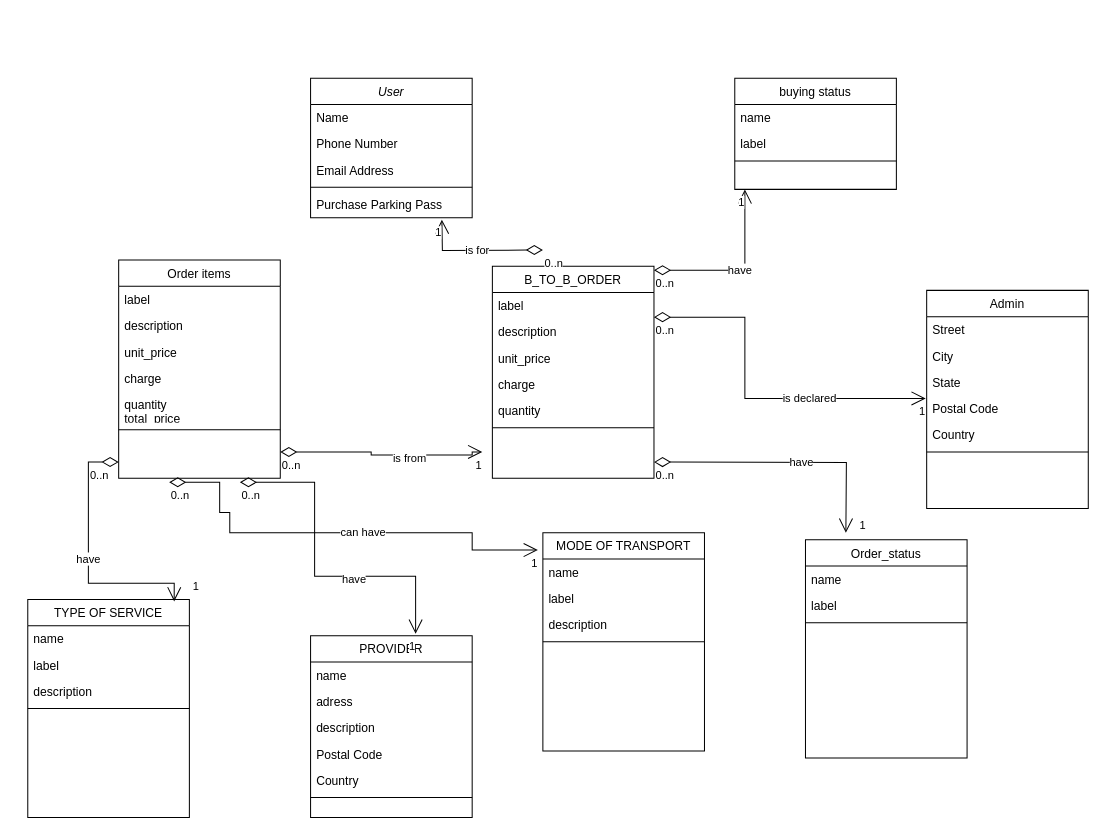
The draw.io diagram B_to_B_class_diagram.drawio in dame620/B_to_B_order_class_diagram, before the edit. Source tidied: cells renumbered, new cells numbered last; positions are measured from the earlier drawing's top-left corner, leaving out a move shared by most shapes. Both pictures are drawn from the tidied source at 101%, with x=0, y=0 at pixel (27, 78).
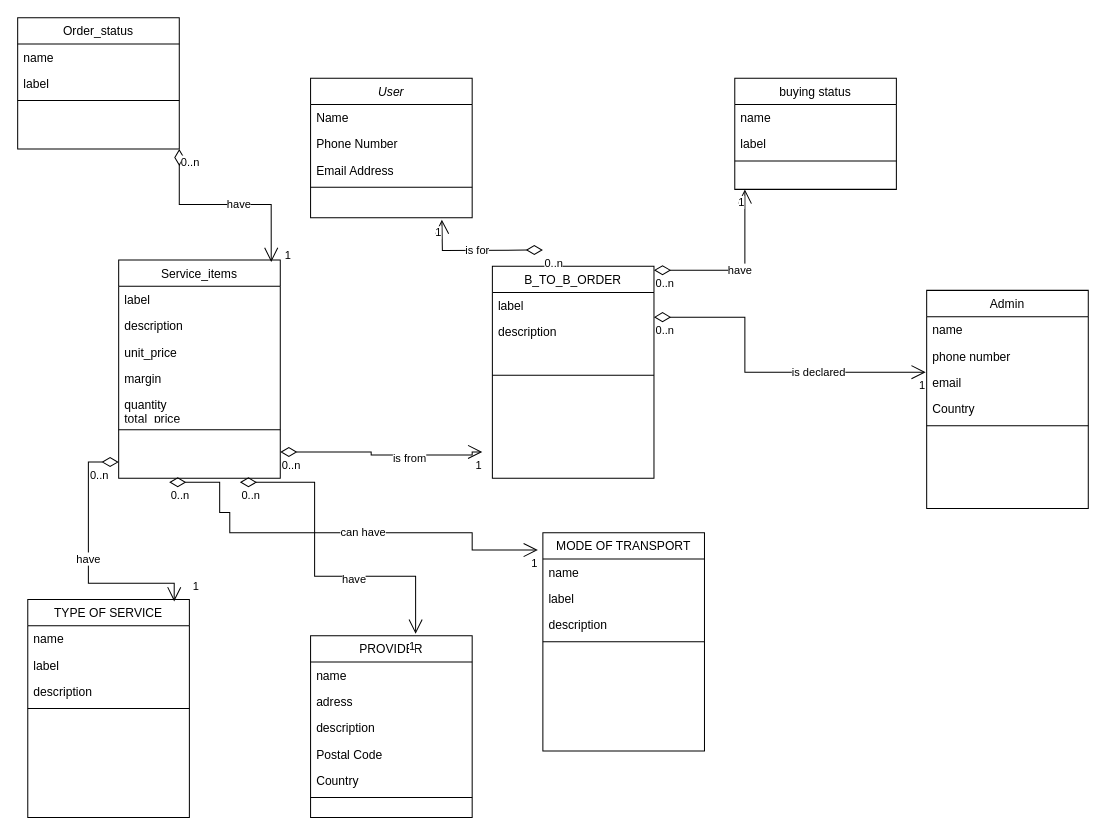
The same diagram, later.

Commit message:
Mettre à jour B_to_B_class_diagram.drawio

Unchanged cells that the change refers to:
```xml
<mxCell id="2" value="User" style="swimlane;fontStyle=2;align=center;verticalAlign=top;horizontal=1;startSize=26;rounded=0;shadow=0;strokeWidth=1;" parent="1" vertex="1">
  <mxGeometry x="280" width="160" height="138" as="geometry" />
</mxCell>
<mxCell id="8" value="Admin" style="swimlane;fontStyle=0;align=center;verticalAlign=top;horizontal=1;startSize=26;rounded=0;shadow=0;strokeWidth=1;" parent="1" vertex="1">
  <mxGeometry x="890" y="210" width="160" height="216" as="geometry" />
</mxCell>
<mxCell id="32" value="B_TO_B_ORDER" style="swimlane;fontStyle=0;align=center;verticalAlign=top;horizontal=1;startSize=26;rounded=0;shadow=0;strokeWidth=1;" parent="1" vertex="1">
  <mxGeometry x="460" y="186" width="160" height="210" as="geometry" />
</mxCell>
```

Diff of the diagram source:
```diff
@@
-    <mxCell id="7" value="Purchase Parking Pass" style="text;align=left;verticalAlign=top;spacingLeft=4;spacingRight=4;overflow=hidden;" parent="2" vertex="1">
-      <mxGeometry y="112" width="160" height="26" as="geometry" />
-    </mxCell>
@@
-    <mxCell id="9" value="Street" style="text;align=left;verticalAlign=top;spacingLeft=4;spacingRight=4;overflow=hidden;" parent="8" vertex="1">
+    <mxCell id="9" value="name" style="text;align=left;verticalAlign=top;spacingLeft=4;spacingRight=4;overflow=hidden;" parent="8" vertex="1">
       <mxGeometry y="26" width="160" height="26" as="geometry" />
     </mxCell>
-    <mxCell id="10" value="City" style="text;align=left;verticalAlign=top;spacingLeft=4;spacingRight=4;overflow=hidden;rounded=0;shadow=0;html=0;" parent="8" vertex="1">
-      <mxGeometry y="52" width="160" height="26" as="geometry" />
-    </mxCell>
-    <mxCell id="11" value="State" style="text;align=left;verticalAlign=top;spacingLeft=4;spacingRight=4;overflow=hidden;rounded=0;shadow=0;html=0;" parent="8" vertex="1">
-      <mxGeometry y="78" width="160" height="26" as="geometry" />
+    <mxCell id="11" value="phone number" style="text;align=left;verticalAlign=top;spacingLeft=4;spacingRight=4;overflow=hidden;rounded=0;shadow=0;html=0;" parent="8" vertex="1">
+      <mxGeometry y="52" width="160" height="26" as="geometry" />
     </mxCell>
-    <mxCell id="12" value="Postal Code" style="text;align=left;verticalAlign=top;spacingLeft=4;spacingRight=4;overflow=hidden;points=[[0,0.5],[1,0.5]];portConstraint=eastwest;rounded=0;shadow=0;html=0;" parent="8" vertex="1">
-      <mxGeometry y="104" width="160" height="26" as="geometry" />
+    <mxCell id="12" value="email" style="text;align=left;verticalAlign=top;spacingLeft=4;spacingRight=4;overflow=hidden;points=[[0,0.5],[1,0.5]];portConstraint=eastwest;rounded=0;shadow=0;html=0;" parent="8" vertex="1">
+      <mxGeometry y="78" width="160" height="26" as="geometry" />
     </mxCell>
     <mxCell id="13" value="Country" style="text;align=left;verticalAlign=top;spacingLeft=4;spacingRight=4;overflow=hidden;rounded=0;shadow=0;html=0;" parent="8" vertex="1">
-      <mxGeometry y="130" width="160" height="26" as="geometry" />
+      <mxGeometry y="104" width="160" height="26" as="geometry" />
     </mxCell>
     <mxCell id="14" style="line;html=1;strokeWidth=1;align=left;verticalAlign=middle;spacingTop=-1;spacingLeft=3;spacingRight=3;labelPosition=right;" parent="8" vertex="1">
-      <mxGeometry y="156" width="160" height="8" as="geometry" />
+      <mxGeometry y="130" width="160" height="8" as="geometry" />
     </mxCell>
@@
-    <mxCell id="35" value="unit_price" style="text;align=left;verticalAlign=top;spacingLeft=4;spacingRight=4;overflow=hidden;" parent="32" vertex="1">
-      <mxGeometry y="78" width="160" height="26" as="geometry" />
-    </mxCell>
-    <mxCell id="36" value="charge" style="text;align=left;verticalAlign=top;spacingLeft=4;spacingRight=4;overflow=hidden;rounded=0;shadow=0;html=0;" parent="32" vertex="1">
-      <mxGeometry y="104" width="160" height="26" as="geometry" />
-    </mxCell>
-    <mxCell id="37" value="quantity&#10;" style="text;align=left;verticalAlign=top;spacingLeft=4;spacingRight=4;overflow=hidden;rounded=0;shadow=0;html=0;" parent="32" vertex="1">
-      <mxGeometry y="130" width="160" height="26" as="geometry" />
+    <mxCell id="37" value="&#10;" style="text;align=left;verticalAlign=top;spacingLeft=4;spacingRight=4;overflow=hidden;rounded=0;shadow=0;html=0;" parent="32" vertex="1">
+      <mxGeometry y="78" width="160" height="26" as="geometry" />
     </mxCell>
     <mxCell id="38" style="line;html=1;strokeWidth=1;align=left;verticalAlign=middle;spacingTop=-1;spacingLeft=3;spacingRight=3;labelPosition=right;" parent="32" vertex="1">
-      <mxGeometry y="156" width="160" height="8" as="geometry" />
+      <mxGeometry y="104" width="160" height="8" as="geometry" />
     </mxCell>
@@
     <mxCell id="43" value="Order_status" style="swimlane;fontStyle=0;align=center;verticalAlign=top;horizontal=1;startSize=26;rounded=0;shadow=0;strokeWidth=1;" parent="1" vertex="1">
-      <mxGeometry x="770" y="457" width="160" height="216" as="geometry" />
+      <mxGeometry x="-10" y="-60" width="160" height="130" as="geometry" />
     </mxCell>
@@
-    <mxCell id="53" value="Order items" style="swimlane;fontStyle=0;align=center;verticalAlign=top;horizontal=1;startSize=26;rounded=0;shadow=0;strokeWidth=1;" parent="1" vertex="1">
+    <mxCell id="53" value="Service_items" style="swimlane;fontStyle=0;align=center;verticalAlign=top;horizontal=1;startSize=26;rounded=0;shadow=0;strokeWidth=1;" parent="1" vertex="1">
       <mxGeometry x="90" y="180" width="160" height="216" as="geometry" />
     </mxCell>
@@
-    <mxCell id="57" value="charge" style="text;align=left;verticalAlign=top;spacingLeft=4;spacingRight=4;overflow=hidden;rounded=0;shadow=0;html=0;" parent="53" vertex="1">
+    <mxCell id="57" value="margin" style="text;align=left;verticalAlign=top;spacingLeft=4;spacingRight=4;overflow=hidden;rounded=0;shadow=0;html=0;" parent="53" vertex="1">
       <mxGeometry y="104" width="160" height="26" as="geometry" />
     </mxCell>
@@
-    <mxCell id="75" value="have" style="endArrow=open;html=1;endSize=12;startArrow=diamondThin;startSize=14;startFill=0;edgeStyle=orthogonalEdgeStyle;rounded=0;" parent="1" edge="1">
-      <mxGeometry x="0.12" relative="1" as="geometry">
-        <mxPoint x="620" y="380" as="sourcePoint" />
-        <mxPoint x="810" y="450" as="targetPoint" />
-      </mxGeometry>
+    <mxCell id="75" value="have" style="endArrow=open;html=1;endSize=12;startArrow=diamondThin;startSize=14;startFill=0;edgeStyle=orthogonalEdgeStyle;rounded=0;entryX=0.944;entryY=0.009;entryDx=0;entryDy=0;entryPerimeter=0;exitX=1;exitY=1;exitDx=0;exitDy=0;" parent="1" edge="1" source="43" target="53">
+      <mxGeometry x="0.12" relative="1" as="geometry" />
     </mxCell>
```
